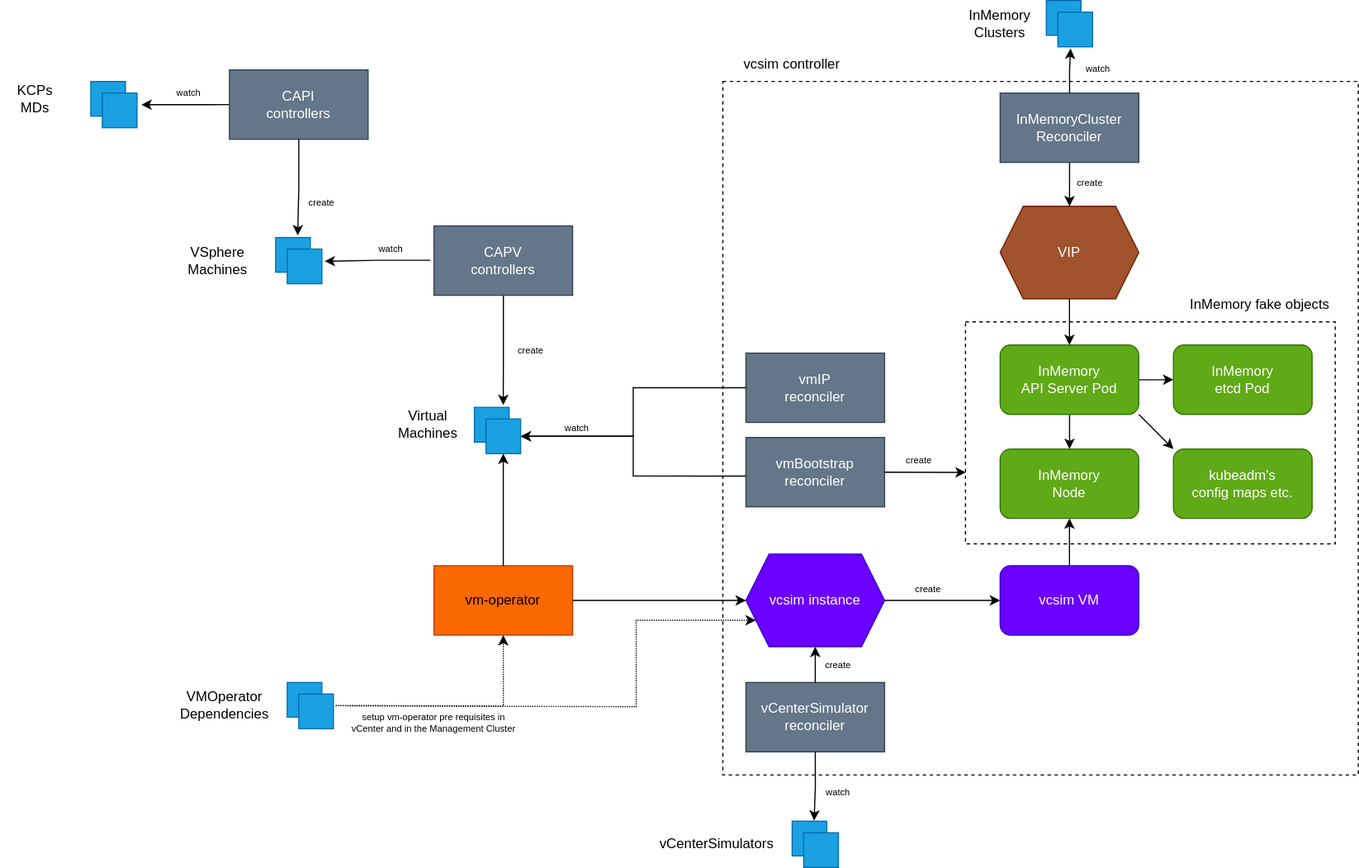
Above: test/infrastructure/vm-operator/architecture-part2.drawio.svg in kubernetes-sigs/cluster-api-provider-vsphere (draw.io), before the change. Source tidied: cells renumbered, new cells last; positions are measured from the earlier drawing's top-left corner, leaving out a move shared by most shapes. Source of this version:
```xml
<mxGraphModel>
  <root>
    <mxCell id="0" />
    <mxCell id="1" parent="0" />
    <mxCell id="2" style="rounded=0;whiteSpace=wrap;html=1;dashed=1;fillColor=none;" parent="1" vertex="1">
      <mxGeometry x="625" y="70" width="550" height="600" as="geometry" />
    </mxCell>
    <mxCell id="3" style="rounded=0;whiteSpace=wrap;html=1;dashed=1;fillColor=none;" parent="1" vertex="1">
      <mxGeometry x="835" y="278" width="320" height="192" as="geometry" />
    </mxCell>
    <mxCell id="4" style="group;" parent="1" vertex="1">
      <mxGeometry x="78" y="70" width="40" height="40" as="geometry" />
    </mxCell>
    <mxCell id="5" style="rounded=0;whiteSpace=wrap;html=1;fillColor=#1ba1e2;fontColor=#ffffff;strokeColor=#006EAF;" parent="4" vertex="1">
      <mxGeometry width="30" height="30" as="geometry" />
    </mxCell>
    <mxCell id="6" style="rounded=0;whiteSpace=wrap;html=1;fillColor=#1ba1e2;fontColor=#ffffff;strokeColor=#006EAF;" parent="4" vertex="1">
      <mxGeometry x="10" y="10" width="30" height="30" as="geometry" />
    </mxCell>
    <mxCell id="7" value="CAPI &lt;br&gt;controllers" style="rounded=0;whiteSpace=wrap;html=1;fillColor=#647687;fontColor=#ffffff;strokeColor=#314354;" parent="1" vertex="1">
      <mxGeometry x="198" y="60" width="120" height="60" as="geometry" />
    </mxCell>
    <mxCell id="8" style="group;" parent="1" vertex="1">
      <mxGeometry x="238" y="205" width="40" height="40" as="geometry" />
    </mxCell>
    <mxCell id="9" style="rounded=0;whiteSpace=wrap;html=1;fillColor=#1ba1e2;fontColor=#ffffff;strokeColor=#006EAF;" parent="8" vertex="1">
      <mxGeometry width="30" height="30" as="geometry" />
    </mxCell>
    <mxCell id="10" style="rounded=0;whiteSpace=wrap;html=1;fillColor=#1ba1e2;fontColor=#ffffff;strokeColor=#006EAF;" parent="8" vertex="1">
      <mxGeometry x="10" y="10" width="30" height="30" as="geometry" />
    </mxCell>
    <mxCell id="11" style="group;" parent="1" vertex="1">
      <mxGeometry x="905" width="40" height="40" as="geometry" />
    </mxCell>
    <mxCell id="12" style="rounded=0;whiteSpace=wrap;html=1;fillColor=#1ba1e2;fontColor=#ffffff;strokeColor=#006EAF;" parent="11" vertex="1">
      <mxGeometry width="30" height="30" as="geometry" />
    </mxCell>
    <mxCell id="13" style="rounded=0;whiteSpace=wrap;html=1;fillColor=#1ba1e2;fontColor=#ffffff;strokeColor=#006EAF;" parent="11" vertex="1">
      <mxGeometry x="10" y="10" width="30" height="30" as="geometry" />
    </mxCell>
    <mxCell id="14" style="edgeStyle=orthogonalEdgeStyle;rounded=0;jettySize=auto;html=1;entryX=0.5;entryY=0;entryDx=0;entryDy=0;" parent="1" edge="1" source="15" target="20">
      <mxGeometry relative="1" as="geometry" />
    </mxCell>
    <mxCell id="15" value="InMemoryCluster&lt;br&gt;Reconciler" style="rounded=0;whiteSpace=wrap;html=1;fillColor=#647687;fontColor=#ffffff;strokeColor=#314354;" parent="1" vertex="1">
      <mxGeometry x="865" y="80" width="120" height="60" as="geometry" />
    </mxCell>
    <mxCell id="16" style="edgeStyle=orthogonalEdgeStyle;rounded=0;jettySize=auto;html=1;" parent="1" edge="1" source="19" target="21">
      <mxGeometry relative="1" as="geometry" />
    </mxCell>
    <mxCell id="17" style="edgeStyle=orthogonalEdgeStyle;rounded=0;jettySize=auto;html=1;" parent="1" edge="1" source="19">
      <mxGeometry relative="1" as="geometry">
        <mxPoint x="1015" y="328" as="targetPoint" />
      </mxGeometry>
    </mxCell>
    <mxCell id="18" style="rounded=0;jettySize=auto;html=1;exitX=1;exitY=1;exitDx=0;exitDy=0;entryX=0;entryY=0;entryDx=0;entryDy=0;" parent="1" edge="1" source="19" target="22">
      <mxGeometry relative="1" as="geometry" />
    </mxCell>
    <mxCell id="19" value="InMemory&lt;br&gt;API Server Pod" style="rounded=1;whiteSpace=wrap;html=1;fillColor=#60a917;fontColor=#ffffff;strokeColor=#2D7600;" parent="1" vertex="1">
      <mxGeometry x="865" y="298" width="120" height="60" as="geometry" />
    </mxCell>
    <mxCell id="20" value="VIP" style="shape=hexagon;perimeter=hexagonPerimeter2;whiteSpace=wrap;html=1;fixedSize=1;fillColor=#a0522d;fontColor=#ffffff;strokeColor=#6D1F00;" parent="1" vertex="1">
      <mxGeometry x="865" y="178" width="120" height="80" as="geometry" />
    </mxCell>
    <mxCell id="21" value="InMemory&lt;br&gt;Node" style="rounded=1;whiteSpace=wrap;html=1;fillColor=#60a917;fontColor=#ffffff;strokeColor=#2D7600;" parent="1" vertex="1">
      <mxGeometry x="865" y="388" width="120" height="60" as="geometry" />
    </mxCell>
    <mxCell id="22" value="kubeadm's&lt;br&gt;config maps etc." style="rounded=1;whiteSpace=wrap;html=1;fillColor=#60a917;fontColor=#ffffff;strokeColor=#2D7600;" parent="1" vertex="1">
      <mxGeometry x="1015" y="388" width="120" height="60" as="geometry" />
    </mxCell>
    <mxCell id="23" value="&lt;div&gt;vmBootstrap&lt;/div&gt;&lt;div&gt;reconciler&lt;/div&gt;" style="rounded=0;whiteSpace=wrap;html=1;fillColor=#647687;fontColor=#ffffff;strokeColor=#314354;" parent="1" vertex="1">
      <mxGeometry x="645" y="378" width="120" height="60" as="geometry" />
    </mxCell>
    <mxCell id="24" style="endArrow=classic;html=1;rounded=0;entryX=0.001;entryY=0.465;entryDx=0;entryDy=0;entryPerimeter=0;" parent="1" edge="1">
      <mxGeometry relative="1" as="geometry">
        <mxPoint x="765" y="408" as="sourcePoint" />
        <mxPoint x="835.3" y="408.2" as="targetPoint" />
      </mxGeometry>
    </mxCell>
    <mxCell id="25" style="edgeStyle=orthogonalEdgeStyle;rounded=0;jettySize=auto;html=1;exitX=0;exitY=0.5;exitDx=0;exitDy=0;entryX=1.125;entryY=0.336;entryDx=0;entryDy=0;entryPerimeter=0;" parent="1" edge="1" source="7" target="6">
      <mxGeometry relative="1" as="geometry" />
    </mxCell>
    <mxCell id="26" style="edgeStyle=orthogonalEdgeStyle;rounded=0;jettySize=auto;html=1;entryX=0.636;entryY=-0.059;entryDx=0;entryDy=0;entryPerimeter=0;" parent="1" edge="1" source="7" target="9">
      <mxGeometry relative="1" as="geometry" />
    </mxCell>
    <mxCell id="27" style="edgeStyle=orthogonalEdgeStyle;rounded=0;jettySize=auto;html=1;entryX=1.078;entryY=0.352;entryDx=0;entryDy=0;entryPerimeter=0;exitX=-0.025;exitY=0.495;exitDx=0;exitDy=0;exitPerimeter=0;" parent="1" edge="1" source="45" target="10">
      <mxGeometry relative="1" as="geometry" />
    </mxCell>
    <mxCell id="28" style="edgeStyle=orthogonalEdgeStyle;rounded=0;jettySize=auto;html=1;entryX=0.365;entryY=1.05;entryDx=0;entryDy=0;entryPerimeter=0;" parent="1" edge="1" source="15" target="13">
      <mxGeometry relative="1" as="geometry" />
    </mxCell>
    <mxCell id="29" style="edgeStyle=orthogonalEdgeStyle;rounded=0;jettySize=auto;html=1;" parent="1" edge="1" source="30" target="21">
      <mxGeometry relative="1" as="geometry" />
    </mxCell>
    <mxCell id="30" value="vcsim VM" style="rounded=1;whiteSpace=wrap;html=1;fillColor=#6a00ff;fontColor=#ffffff;strokeColor=#3700CC;" parent="1" vertex="1">
      <mxGeometry x="865" y="489" width="120" height="60" as="geometry" />
    </mxCell>
    <mxCell id="31" style="edgeStyle=orthogonalEdgeStyle;rounded=0;jettySize=auto;html=1;entryX=0.5;entryY=0;entryDx=0;entryDy=0;" parent="1" edge="1" source="20" target="19">
      <mxGeometry relative="1" as="geometry" />
    </mxCell>
    <mxCell id="32" value="KCPs&lt;div&gt;MDs&lt;/div&gt;" style="text;html=1;align=center;verticalAlign=middle;whiteSpace=wrap;rounded=0;" parent="1" vertex="1">
      <mxGeometry y="70" width="60" height="30" as="geometry" />
    </mxCell>
    <mxCell id="33" value="VSphere&lt;div&gt;Machines&lt;/div&gt;" style="text;html=1;align=center;verticalAlign=middle;whiteSpace=wrap;rounded=0;" parent="1" vertex="1">
      <mxGeometry x="158" y="210" width="60" height="30" as="geometry" />
    </mxCell>
    <mxCell id="34" value="InMemory&lt;br&gt;Clusters" style="text;html=1;align=center;verticalAlign=middle;whiteSpace=wrap;rounded=0;" parent="1" vertex="1">
      <mxGeometry x="835" y="5" width="60" height="30" as="geometry" />
    </mxCell>
    <mxCell id="35" value="InMemory&lt;br&gt;etcd Pod" style="rounded=1;whiteSpace=wrap;html=1;fillColor=#60a917;fontColor=#ffffff;strokeColor=#2D7600;" parent="1" vertex="1">
      <mxGeometry x="1015" y="298" width="120" height="60" as="geometry" />
    </mxCell>
    <mxCell id="36" value="&lt;div&gt;vcsim controller&lt;/div&gt;" style="text;html=1;align=center;verticalAlign=middle;whiteSpace=wrap;rounded=0;" parent="1" vertex="1">
      <mxGeometry x="625" y="40" width="120" height="30" as="geometry" />
    </mxCell>
    <mxCell id="37" value="InMemory fake objects" style="text;html=1;align=center;verticalAlign=middle;whiteSpace=wrap;rounded=0;" parent="1" vertex="1">
      <mxGeometry x="1025" y="248" width="130" height="30" as="geometry" />
    </mxCell>
    <mxCell id="38" value="watch" style="text;html=1;align=center;verticalAlign=middle;whiteSpace=wrap;rounded=0;fontSize=8;" parent="1" vertex="1">
      <mxGeometry x="930" y="54" width="40" height="10" as="geometry" />
    </mxCell>
    <mxCell id="39" value="watch" style="text;html=1;align=center;verticalAlign=middle;whiteSpace=wrap;rounded=0;fontSize=8;" parent="1" vertex="1">
      <mxGeometry x="143" y="75" width="40" height="10" as="geometry" />
    </mxCell>
    <mxCell id="40" value="watch" style="text;html=1;align=center;verticalAlign=middle;whiteSpace=wrap;rounded=0;fontSize=8;" parent="1" vertex="1">
      <mxGeometry x="318" y="210" width="40" height="10" as="geometry" />
    </mxCell>
    <mxCell id="41" value="create" style="text;html=1;align=center;verticalAlign=middle;whiteSpace=wrap;rounded=0;fontSize=8;" parent="1" vertex="1">
      <mxGeometry x="258" y="170" width="40" height="10" as="geometry" />
    </mxCell>
    <mxCell id="42" value="create" style="text;html=1;align=center;verticalAlign=middle;whiteSpace=wrap;rounded=0;fontSize=8;" parent="1" vertex="1">
      <mxGeometry x="775" y="393" width="40" height="10" as="geometry" />
    </mxCell>
    <mxCell id="43" value="create" style="text;html=1;align=center;verticalAlign=middle;whiteSpace=wrap;rounded=0;fontSize=8;" parent="1" vertex="1">
      <mxGeometry x="923" y="153" width="40" height="10" as="geometry" />
    </mxCell>
    <mxCell id="44" style="edgeStyle=orthogonalEdgeStyle;rounded=0;jettySize=auto;html=1;" parent="1" edge="1" source="45">
      <mxGeometry relative="1" as="geometry">
        <mxPoint x="435" y="350" as="targetPoint" />
      </mxGeometry>
    </mxCell>
    <mxCell id="45" value="CAPV &lt;br&gt;controllers" style="rounded=0;whiteSpace=wrap;html=1;fillColor=#647687;fontColor=#ffffff;strokeColor=#314354;" parent="1" vertex="1">
      <mxGeometry x="375" y="195" width="120" height="60" as="geometry" />
    </mxCell>
    <mxCell id="46" value="Virtual&lt;div&gt;Machines&lt;/div&gt;" style="text;html=1;align=center;verticalAlign=middle;whiteSpace=wrap;rounded=0;" parent="1" vertex="1">
      <mxGeometry x="340" y="352" width="60" height="30" as="geometry" />
    </mxCell>
    <mxCell id="47" value="create" style="text;html=1;align=center;verticalAlign=middle;whiteSpace=wrap;rounded=0;fontSize=8;" parent="1" vertex="1">
      <mxGeometry x="439" y="298" width="40" height="10" as="geometry" />
    </mxCell>
    <mxCell id="48" value="&lt;div&gt;vmIP&lt;/div&gt;&lt;div&gt;reconciler&lt;/div&gt;" style="rounded=0;whiteSpace=wrap;html=1;fillColor=#647687;fontColor=#ffffff;strokeColor=#314354;" parent="1" vertex="1">
      <mxGeometry x="645" y="305" width="120" height="60" as="geometry" />
    </mxCell>
    <mxCell id="49" value="&lt;div&gt;vCenterSimulator&lt;/div&gt;&lt;div&gt;reconciler&lt;/div&gt;" style="rounded=0;whiteSpace=wrap;html=1;fillColor=#647687;fontColor=#ffffff;strokeColor=#314354;" parent="1" vertex="1">
      <mxGeometry x="645" y="590" width="120" height="60" as="geometry" />
    </mxCell>
    <mxCell id="50" style="group;" parent="1" vertex="1">
      <mxGeometry x="685" y="710" width="40" height="40" as="geometry" />
    </mxCell>
    <mxCell id="51" style="rounded=0;whiteSpace=wrap;html=1;fillColor=#1ba1e2;fontColor=#ffffff;strokeColor=#006EAF;" parent="50" vertex="1">
      <mxGeometry width="30" height="30" as="geometry" />
    </mxCell>
    <mxCell id="52" style="rounded=0;whiteSpace=wrap;html=1;fillColor=#1ba1e2;fontColor=#ffffff;strokeColor=#006EAF;" parent="50" vertex="1">
      <mxGeometry x="10" y="10" width="30" height="30" as="geometry" />
    </mxCell>
    <mxCell id="53" value="vCenterSimulators" style="text;html=1;align=center;verticalAlign=middle;whiteSpace=wrap;rounded=0;" parent="1" vertex="1">
      <mxGeometry x="560" y="715" width="120" height="30" as="geometry" />
    </mxCell>
    <mxCell id="54" style="edgeStyle=orthogonalEdgeStyle;rounded=0;jettySize=auto;html=1;exitX=0.5;exitY=1;exitDx=0;exitDy=0;entryX=0.633;entryY=-0.016;entryDx=0;entryDy=0;entryPerimeter=0;" parent="1" edge="1" source="49" target="51">
      <mxGeometry relative="1" as="geometry" />
    </mxCell>
    <mxCell id="55" value="create" style="text;html=1;align=center;verticalAlign=middle;whiteSpace=wrap;rounded=0;fontSize=8;" parent="1" vertex="1">
      <mxGeometry x="705" y="570" width="40" height="10" as="geometry" />
    </mxCell>
    <mxCell id="56" value="vcsim instance" style="shape=hexagon;perimeter=hexagonPerimeter2;whiteSpace=wrap;html=1;fixedSize=1;fillColor=#6a00ff;fontColor=#ffffff;strokeColor=#3700CC;" parent="1" vertex="1">
      <mxGeometry x="645" y="479" width="120" height="80" as="geometry" />
    </mxCell>
    <mxCell id="57" style="edgeStyle=orthogonalEdgeStyle;rounded=0;jettySize=auto;html=1;entryX=0.5;entryY=1;entryDx=0;entryDy=0;exitX=0.5;exitY=0;exitDx=0;exitDy=0;" parent="1" edge="1" source="49" target="56">
      <mxGeometry relative="1" as="geometry" />
    </mxCell>
    <mxCell id="58" value="watch" style="text;html=1;align=center;verticalAlign=middle;whiteSpace=wrap;rounded=0;fontSize=8;" parent="1" vertex="1">
      <mxGeometry x="705" y="680" width="40" height="10" as="geometry" />
    </mxCell>
    <mxCell id="59" style="edgeStyle=orthogonalEdgeStyle;rounded=0;jettySize=auto;html=1;exitX=0;exitY=0.5;exitDx=0;exitDy=0;entryX=1;entryY=0.5;entryDx=0;entryDy=0;" parent="1" edge="1" source="48" target="67">
      <mxGeometry relative="1" as="geometry" />
    </mxCell>
    <mxCell id="60" style="edgeStyle=orthogonalEdgeStyle;rounded=0;jettySize=auto;html=1;exitX=-0.001;exitY=0.557;exitDx=0;exitDy=0;exitPerimeter=0;entryX=1;entryY=0.5;entryDx=0;entryDy=0;" parent="1" edge="1" source="23" target="67">
      <mxGeometry relative="1" as="geometry" />
    </mxCell>
    <mxCell id="61" value="watch" style="text;html=1;align=center;verticalAlign=middle;whiteSpace=wrap;rounded=0;fontSize=8;" parent="1" vertex="1">
      <mxGeometry x="479" y="365" width="40" height="10" as="geometry" />
    </mxCell>
    <mxCell id="62" style="edgeStyle=orthogonalEdgeStyle;rounded=0;jettySize=auto;html=1;entryX=0;entryY=0.5;entryDx=0;entryDy=0;" parent="1" edge="1" source="56" target="30">
      <mxGeometry relative="1" as="geometry" />
    </mxCell>
    <mxCell id="63" value="create" style="text;html=1;align=center;verticalAlign=middle;whiteSpace=wrap;rounded=0;fontSize=8;" parent="1" vertex="1">
      <mxGeometry x="783" y="504" width="40" height="10" as="geometry" />
    </mxCell>
    <mxCell id="64" style="group;" parent="1" vertex="1">
      <mxGeometry x="410" y="352" width="40" height="40" as="geometry" />
    </mxCell>
    <mxCell id="65" style="edgeStyle=orthogonalEdgeStyle;rounded=0;jettySize=auto;html=1;exitX=0;exitY=0.25;exitDx=0;exitDy=0;entryX=0;entryY=0;entryDx=0;entryDy=0;" parent="64" edge="1" source="66" target="67">
      <mxGeometry relative="1" as="geometry" />
    </mxCell>
    <mxCell id="66" style="rounded=0;whiteSpace=wrap;html=1;fillColor=#1ba1e2;fontColor=#ffffff;strokeColor=#006EAF;" parent="64" vertex="1">
      <mxGeometry width="30" height="30" as="geometry" />
    </mxCell>
    <mxCell id="67" style="rounded=0;whiteSpace=wrap;html=1;fillColor=#1ba1e2;fontColor=#ffffff;strokeColor=#006EAF;" parent="64" vertex="1">
      <mxGeometry x="10" y="10" width="30" height="30" as="geometry" />
    </mxCell>
    <mxCell id="68" value="&lt;div&gt;vm-operator&lt;/div&gt;" style="rounded=0;whiteSpace=wrap;html=1;fillColor=#fa6800;strokeColor=#C73500;fontColor=#000000;" parent="1" vertex="1">
      <mxGeometry x="375" y="489" width="120" height="60" as="geometry" />
    </mxCell>
    <mxCell id="69" style="endArrow=classic;html=1;rounded=0;exitX=1;exitY=0.5;exitDx=0;exitDy=0;entryX=0;entryY=0.5;entryDx=0;entryDy=0;" parent="1" edge="1" source="68" target="56">
      <mxGeometry relative="1" as="geometry" />
    </mxCell>
    <mxCell id="70" style="endArrow=classic;html=1;rounded=0;exitX=0.5;exitY=0;exitDx=0;exitDy=0;entryX=0.5;entryY=1;entryDx=0;entryDy=0;" parent="1" edge="1" source="68" target="67">
      <mxGeometry relative="1" as="geometry" />
    </mxCell>
    <mxCell id="71" style="group;" parent="1" vertex="1">
      <mxGeometry x="248" y="590" width="40" height="40" as="geometry" />
    </mxCell>
    <mxCell id="72" style="rounded=0;whiteSpace=wrap;html=1;fillColor=#1ba1e2;fontColor=#ffffff;strokeColor=#006EAF;" parent="71" vertex="1">
      <mxGeometry width="30" height="30" as="geometry" />
    </mxCell>
    <mxCell id="73" style="rounded=0;whiteSpace=wrap;html=1;fillColor=#1ba1e2;fontColor=#ffffff;strokeColor=#006EAF;" parent="71" vertex="1">
      <mxGeometry x="10" y="10" width="30" height="30" as="geometry" />
    </mxCell>
    <mxCell id="74" value="VMOperator&lt;br&gt;Dependencies" style="text;html=1;align=center;verticalAlign=middle;whiteSpace=wrap;rounded=0;" parent="1" vertex="1">
      <mxGeometry x="150" y="595" width="88" height="30" as="geometry" />
    </mxCell>
    <mxCell id="75" style="endArrow=classic;html=1;rounded=0;edgeStyle=orthogonalEdgeStyle;entryX=0.5;entryY=1;entryDx=0;entryDy=0;dashed=1;dashPattern=1 1;" parent="1" edge="1" target="68">
      <mxGeometry relative="1" as="geometry">
        <mxPoint x="290" y="610" as="sourcePoint" />
      </mxGeometry>
    </mxCell>
    <mxCell id="76" style="endArrow=classic;html=1;rounded=0;edgeStyle=orthogonalEdgeStyle;entryX=0;entryY=0.75;entryDx=0;entryDy=0;dashed=1;dashPattern=1 1;" parent="1" edge="1" target="56">
      <mxGeometry relative="1" as="geometry">
        <mxPoint x="290" y="610" as="sourcePoint" />
        <Array as="points">
          <mxPoint x="290" y="611" />
          <mxPoint x="550" y="611" />
          <mxPoint x="550" y="536" />
        </Array>
      </mxGeometry>
    </mxCell>
    <mxCell id="77" value="setup vm-operator pre requisites in vCenter and in the Management Cluster" style="text;html=1;align=center;verticalAlign=middle;whiteSpace=wrap;rounded=0;fontSize=8;" parent="1" vertex="1">
      <mxGeometry x="300" y="620" width="150" height="10" as="geometry" />
    </mxCell>
  </root>
</mxGraphModel>
```
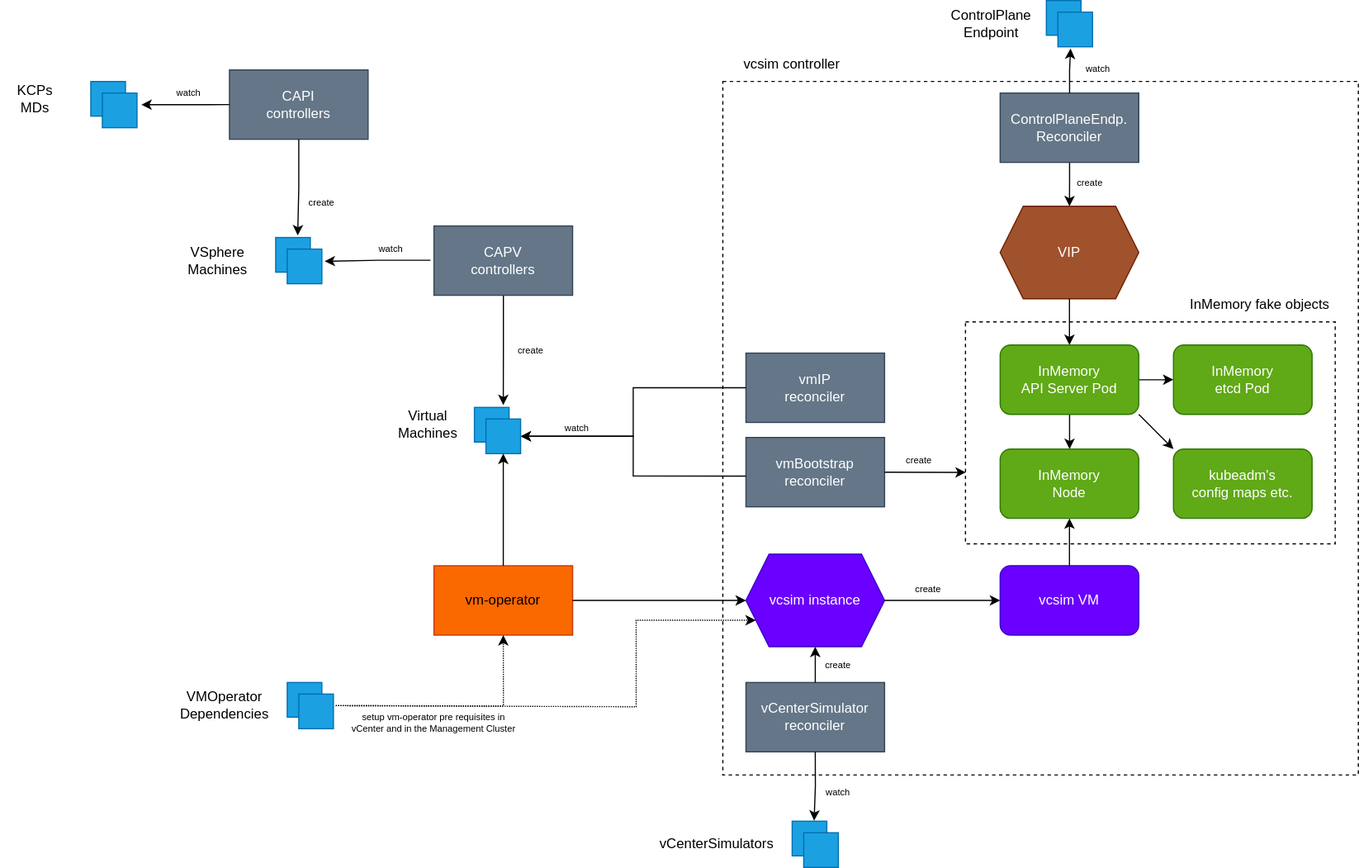
Above is the later version.

Change to the diagram source:
```diff
@@ -41,7 +41,7 @@
     <mxCell id="14" style="edgeStyle=orthogonalEdgeStyle;rounded=0;jettySize=auto;html=1;entryX=0.5;entryY=0;entryDx=0;entryDy=0;" parent="1" edge="1" source="15" target="20">
       <mxGeometry relative="1" as="geometry" />
     </mxCell>
-    <mxCell id="15" value="InMemoryCluster&lt;br&gt;Reconciler" style="rounded=0;whiteSpace=wrap;html=1;fillColor=#647687;fontColor=#ffffff;strokeColor=#314354;" parent="1" vertex="1">
+    <mxCell id="15" value="&lt;div&gt;ControlPlane&lt;span style=&quot;background-color: initial;&quot;&gt;Endp.&lt;/span&gt;&lt;/div&gt;Reconciler" style="rounded=0;whiteSpace=wrap;html=1;fillColor=#647687;fontColor=#ffffff;strokeColor=#314354;" parent="1" vertex="1">
       <mxGeometry x="865" y="80" width="120" height="60" as="geometry" />
     </mxCell>
     <mxCell id="16" style="edgeStyle=orthogonalEdgeStyle;rounded=0;jettySize=auto;html=1;" parent="1" edge="1" source="19" target="21">
@@ -103,8 +103,8 @@
     <mxCell id="33" value="VSphere&lt;div&gt;Machines&lt;/div&gt;" style="text;html=1;align=center;verticalAlign=middle;whiteSpace=wrap;rounded=0;" parent="1" vertex="1">
       <mxGeometry x="158" y="210" width="60" height="30" as="geometry" />
     </mxCell>
-    <mxCell id="34" value="InMemory&lt;br&gt;Clusters" style="text;html=1;align=center;verticalAlign=middle;whiteSpace=wrap;rounded=0;" parent="1" vertex="1">
-      <mxGeometry x="835" y="5" width="60" height="30" as="geometry" />
+    <mxCell id="34" value="ControlPlane&lt;br&gt;Endpoint" style="text;html=1;align=center;verticalAlign=middle;whiteSpace=wrap;rounded=0;" parent="1" vertex="1">
+      <mxGeometry x="820" y="5" width="75" height="30" as="geometry" />
     </mxCell>
     <mxCell id="35" value="InMemory&lt;br&gt;etcd Pod" style="rounded=1;whiteSpace=wrap;html=1;fillColor=#60a917;fontColor=#ffffff;strokeColor=#2D7600;" parent="1" vertex="1">
       <mxGeometry x="1015" y="298" width="120" height="60" as="geometry" />
```
